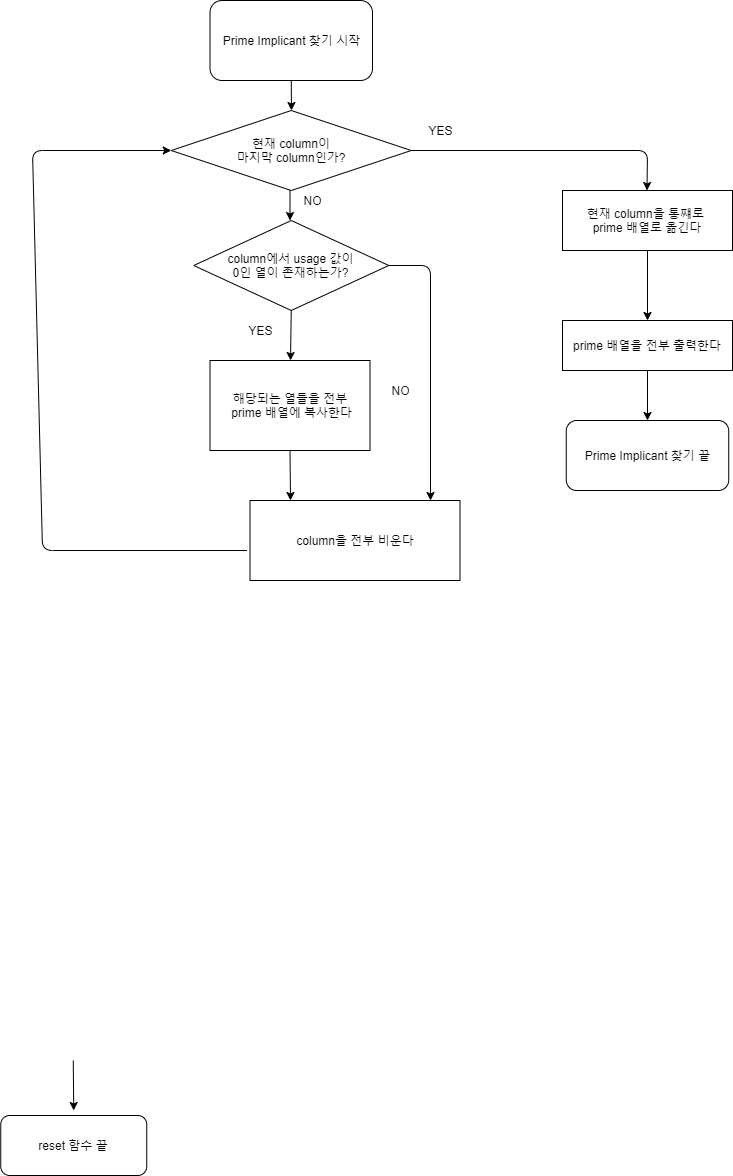
Earlier version of the draw.io export 순서도/Prime_Implicant(Modif).png (aaron-rev/QuinMc_C2Plus). Source tidied: cells renumbered, new cells last; positions are measured from the earlier drawing's top-left corner, leaving out a move shared by most shapes.
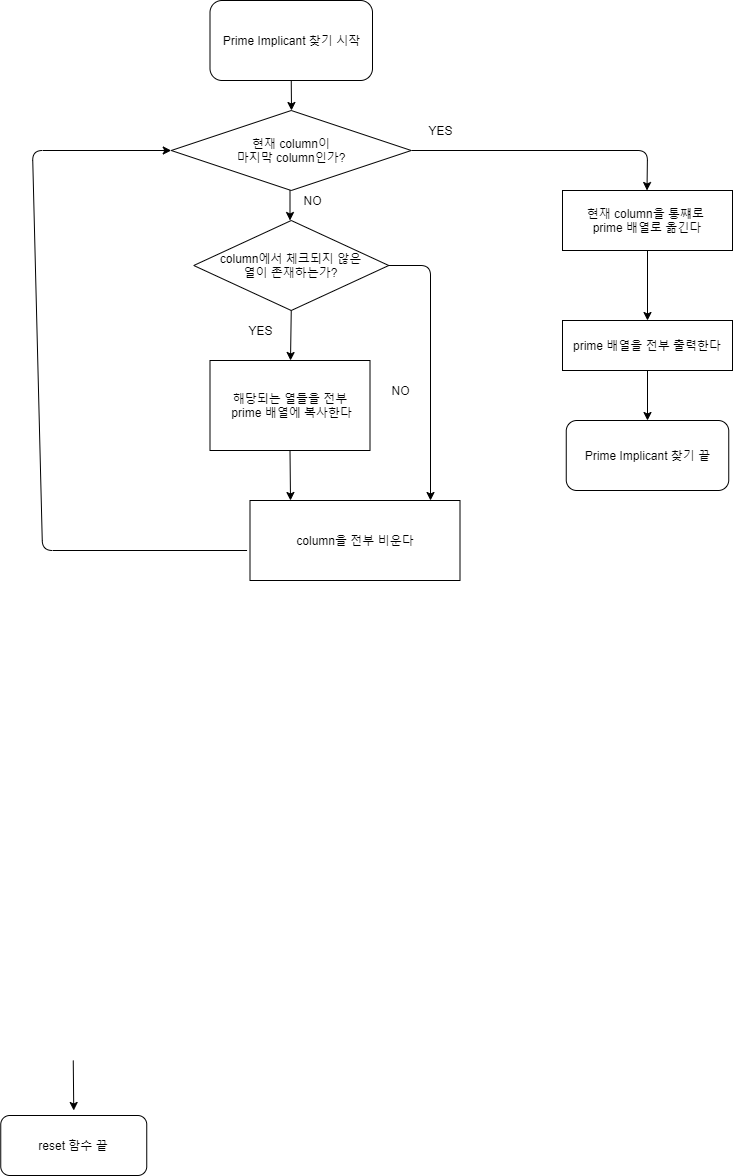
Later version of the same file.

Commit message:
usage 관련 내용 수정

The edit, as a diff of the source:
```diff
@@ -2,7 +2,7 @@
   <root>
     <mxCell id="0" />
     <mxCell id="1" parent="0" />
-    <mxCell id="2" value="column에서 usage 값이&lt;br&gt;0인 열이 존재하는가?" style="rhombus;whiteSpace=wrap;html=1;" parent="1" vertex="1">
+    <mxCell id="2" value="column에서 체크되지 않은&lt;br&gt;열이 존재하는가?" style="rhombus;whiteSpace=wrap;html=1;" parent="1" vertex="1">
       <mxGeometry x="193.2" y="220" width="195" height="90" as="geometry" />
     </mxCell>
     <mxCell id="3" style="endArrow=classic;html=1;exitX=0.5;exitY=1;exitDx=0;exitDy=0;" parent="1" edge="1" source="2">
```
